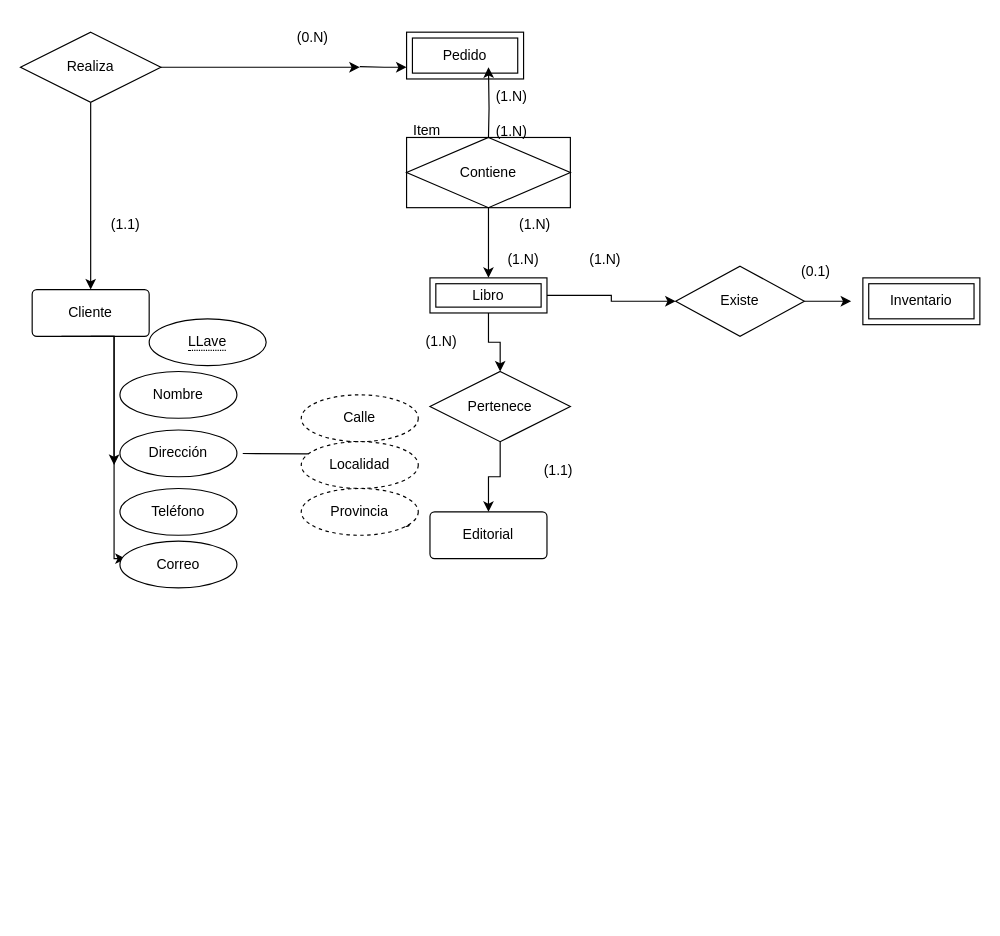
This is db/modelo.drawio from Sergio-Tolaba/ds_ej, a draw.io file, before an edit. Source tidied: cells renumbered, new cells numbered last; positions are measured from the earlier drawing's top-left corner, leaving out a move shared by most shapes. Both pictures are drawn from the tidied source at 117%, with x=0, y=0 at pixel (20, 20).
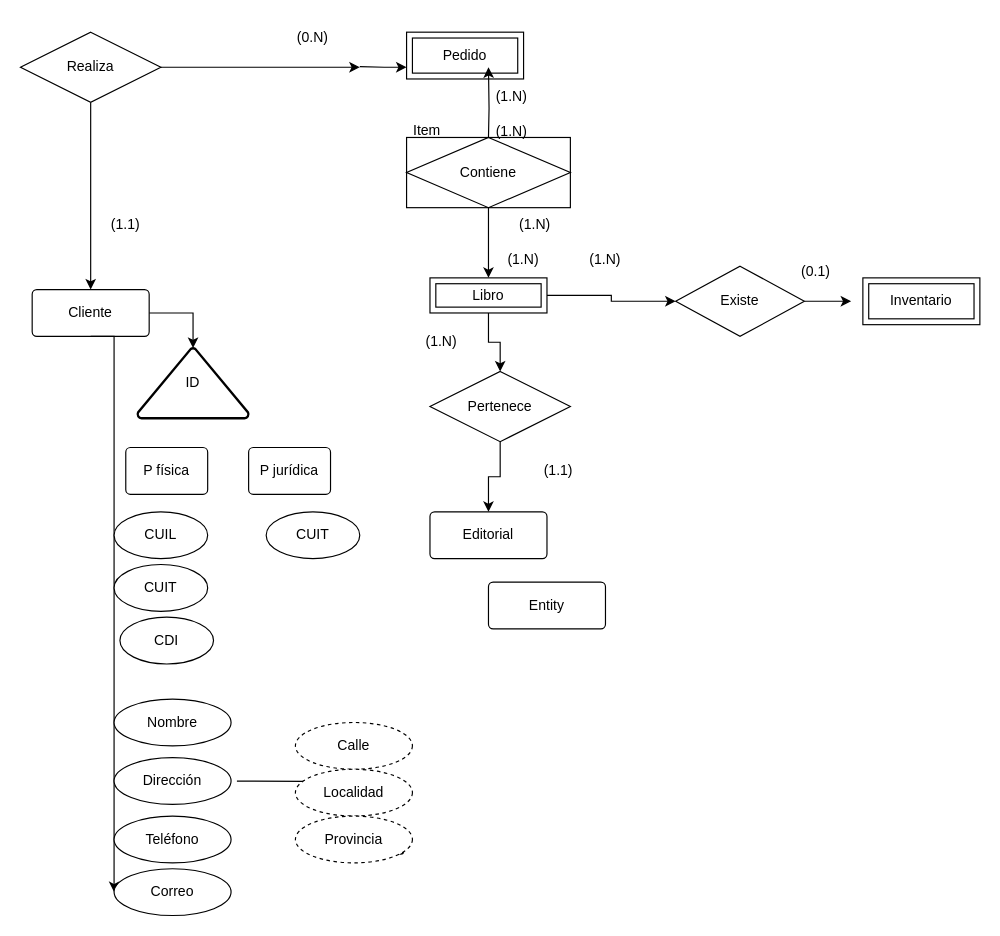
After the change.

Commit message:
Triangulo especialización Pf y Pj c/Atributos: modelo.drawio

Unchanged cells that the change refers to:
```xml
<mxCell id="2" value="Cliente" style="rounded=1;arcSize=10;whiteSpace=wrap;html=1;align=center;" parent="1" vertex="1">
  <mxGeometry x="10" y="230" width="100" height="40" as="geometry" />
</mxCell>
```

Change to the diagram source:
```diff
@@
+    <mxCell id="44" style="edgeStyle=orthogonalEdgeStyle;rounded=0;jettySize=auto;html=1;exitX=1;exitY=0.5;exitDx=0;exitDy=0;" parent="1" edge="1" source="2" target="45">
+      <mxGeometry relative="1" as="geometry" />
+    </mxCell>
@@
     <mxCell id="25" style="shape=waypoint;sketch=0;size=6;fillColor=none;perimeter=centerPerimeter;" parent="1" vertex="1">
-      <mxGeometry x="320" y="420" width="20" height="20" as="geometry" />
+      <mxGeometry x="315" y="700" width="20" height="20" as="geometry" />
     </mxCell>
@@
     <mxCell id="33" style="edgeStyle=orthogonalEdgeStyle;rounded=0;jettySize=auto;html=1;" parent="1" edge="1" target="38">
       <mxGeometry relative="1" as="geometry">
-        <mxPoint x="190" y="370.1" as="sourcePoint" />
+        <mxPoint x="185" y="650.1" as="sourcePoint" />
       </mxGeometry>
     </mxCell>
-    <mxCell id="34" style="edgeStyle=orthogonalEdgeStyle;rounded=0;jettySize=auto;html=1;exitX=0.25;exitY=1;exitDx=0;exitDy=0;entryX=0;entryY=0.75;entryDx=0;entryDy=0;entryPerimeter=0;" parent="1" edge="1" source="2">
-      <mxGeometry relative="1" as="geometry">
-        <mxPoint x="80" y="380" as="targetPoint" />
-        <Array as="points">
-          <mxPoint x="80" y="270" />
-        </Array>
-      </mxGeometry>
-    </mxCell>
-    <mxCell id="35" style="edgeStyle=orthogonalEdgeStyle;rounded=0;orthogonalLoop=1;jettySize=auto;html=1;entryX=0;entryY=0.5;entryDx=0;entryDy=0;" parent="1" edge="1">
+    <mxCell id="35" style="edgeStyle=orthogonalEdgeStyle;rounded=0;jettySize=auto;html=1;entryX=0;entryY=0.5;entryDx=0;entryDy=0;" parent="1" edge="1" target="43">
       <mxGeometry relative="1" as="geometry">
         <mxPoint x="60" y="270" as="sourcePoint" />
-        <mxPoint x="90" y="460" as="targetPoint" />
         <Array as="points">
           <mxPoint x="80" y="270" />
-          <mxPoint x="80" y="460" />
         </Array>
       </mxGeometry>
     </mxCell>
     <mxCell id="36" value="Calle" style="ellipse;whiteSpace=wrap;html=1;align=center;dashed=1;" parent="1" vertex="1">
-      <mxGeometry x="240" y="320" width="100" height="40" as="geometry" />
+      <mxGeometry x="235" y="600" width="100" height="40" as="geometry" />
     </mxCell>
     <mxCell id="37" value="Localidad" style="ellipse;whiteSpace=wrap;html=1;align=center;dashed=1;" parent="1" vertex="1">
-      <mxGeometry x="240" y="360" width="100" height="40" as="geometry" />
+      <mxGeometry x="235" y="640" width="100" height="40" as="geometry" />
     </mxCell>
     <mxCell id="38" value="Provincia" style="ellipse;whiteSpace=wrap;html=1;align=center;dashed=1;" parent="1" vertex="1">
-      <mxGeometry x="240" y="400" width="100" height="40" as="geometry" />
+      <mxGeometry x="235" y="680" width="100" height="40" as="geometry" />
     </mxCell>
-    <mxCell id="39" value="&lt;span style=&quot;border-bottom: 1px dotted&quot;&gt;LLave&lt;/span&gt;" style="ellipse;whiteSpace=wrap;html=1;align=center;" parent="1" vertex="1">
-      <mxGeometry x="110" y="255" width="100" height="40" as="geometry" />
-    </mxCell>
     <mxCell id="40" value="Nombre" style="ellipse;whiteSpace=wrap;html=1;align=center;" parent="1" vertex="1">
-      <mxGeometry x="85" y="300" width="100" height="40" as="geometry" />
+      <mxGeometry x="80" y="580" width="100" height="40" as="geometry" />
     </mxCell>
     <mxCell id="41" value="Dirección" style="ellipse;whiteSpace=wrap;html=1;align=center;" parent="1" vertex="1">
-      <mxGeometry x="85" y="350" width="100" height="40" as="geometry" />
+      <mxGeometry x="80" y="630" width="100" height="40" as="geometry" />
     </mxCell>
     <mxCell id="42" value="Teléfono" style="ellipse;whiteSpace=wrap;html=1;align=center;" parent="1" vertex="1">
-      <mxGeometry x="85" y="400" width="100" height="40" as="geometry" />
+      <mxGeometry x="80" y="680" width="100" height="40" as="geometry" />
     </mxCell>
     <mxCell id="43" value="Correo" style="ellipse;whiteSpace=wrap;html=1;align=center;" parent="1" vertex="1">
-      <mxGeometry x="85" y="445" width="100" height="40" as="geometry" />
+      <mxGeometry x="80" y="725" width="100" height="40" as="geometry" />
     </mxCell>
+    <mxCell id="45" value="ID" style="strokeWidth=2;html=1;shape=mxgraph.flowchart.extract_or_measurement;whiteSpace=wrap;" parent="1" vertex="1">
+      <mxGeometry x="100" y="280" width="95" height="60" as="geometry" />
+    </mxCell>
+    <mxCell id="46" value="Entity" style="rounded=1;arcSize=10;whiteSpace=wrap;html=1;align=center;" parent="1" vertex="1">
+      <mxGeometry x="400" y="480" width="100" height="40" as="geometry" />
+    </mxCell>
+    <mxCell id="47" value="P física" style="rounded=1;arcSize=10;whiteSpace=wrap;html=1;align=center;" parent="1" vertex="1">
+      <mxGeometry x="90" y="365" width="70" height="40" as="geometry" />
+    </mxCell>
+    <mxCell id="48" value="P jurídica" style="rounded=1;arcSize=10;whiteSpace=wrap;html=1;align=center;" parent="1" vertex="1">
+      <mxGeometry x="195" y="365" width="70" height="40" as="geometry" />
+    </mxCell>
+    <mxCell id="49" value="CUIL" style="ellipse;whiteSpace=wrap;html=1;align=center;" parent="1" vertex="1">
+      <mxGeometry x="80" y="420" width="80" height="40" as="geometry" />
+    </mxCell>
+    <mxCell id="50" value="CUIT" style="ellipse;whiteSpace=wrap;html=1;align=center;" parent="1" vertex="1">
+      <mxGeometry x="80" y="465" width="80" height="40" as="geometry" />
+    </mxCell>
+    <mxCell id="51" value="CDI" style="ellipse;whiteSpace=wrap;html=1;align=center;" parent="1" vertex="1">
+      <mxGeometry x="85" y="510" width="80" height="40" as="geometry" />
+    </mxCell>
+    <mxCell id="52" value="CUIT" style="ellipse;whiteSpace=wrap;html=1;align=center;" parent="1" vertex="1">
+      <mxGeometry x="210" y="420" width="80" height="40" as="geometry" />
+    </mxCell>
```
